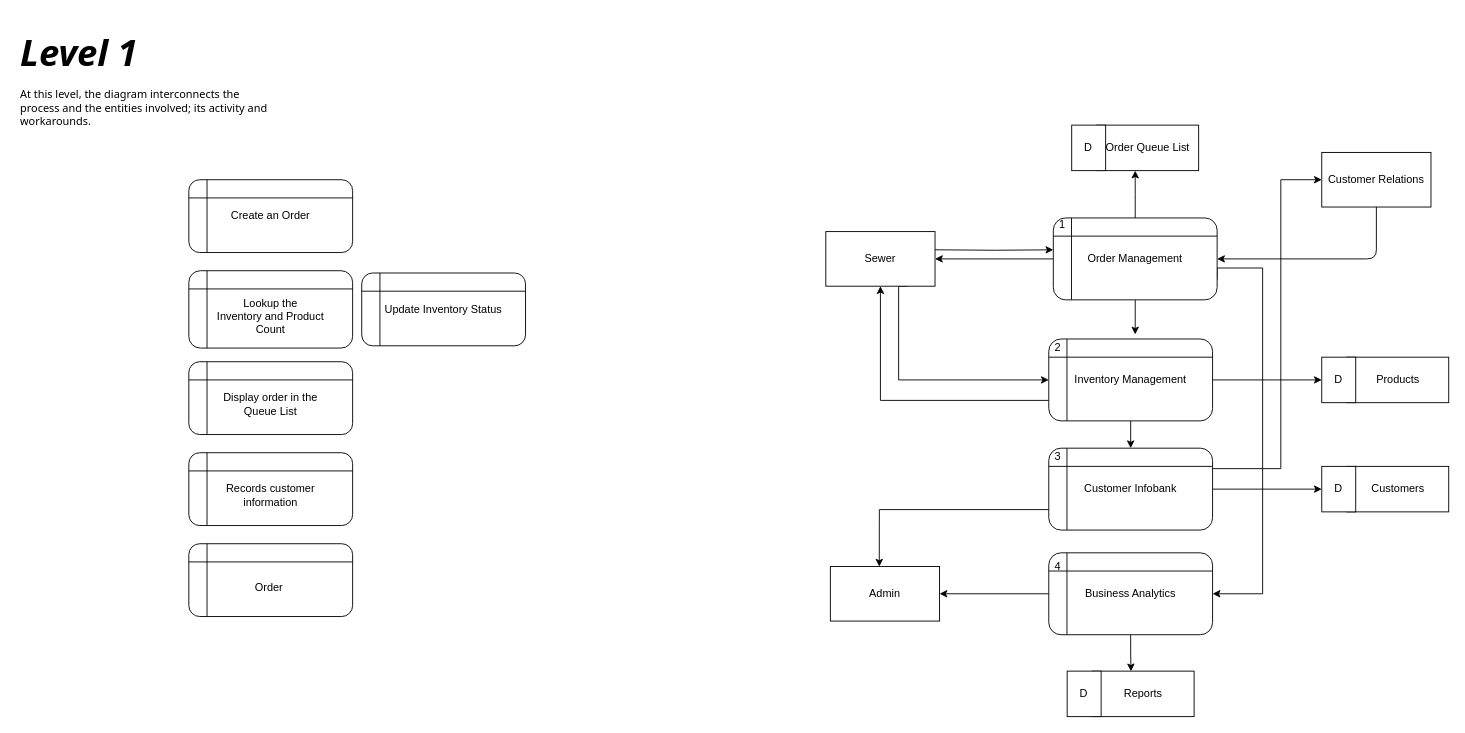
BryanFabellore/Team_SPOTLIGHT keeps this draw.io diagram as page "(Rev:2) Level 1 DFD" (3 of 8) of DFD DIAGRAMS.drawio. Above is the earlier version. Source tidied: cells renumbered, new cells numbered last; positions are measured from the earlier drawing's top-left corner, leaving out a move shared by most shapes. Both pictures are drawn from the tidied source at 91%, with x=0, y=0 at pixel (15, 25).
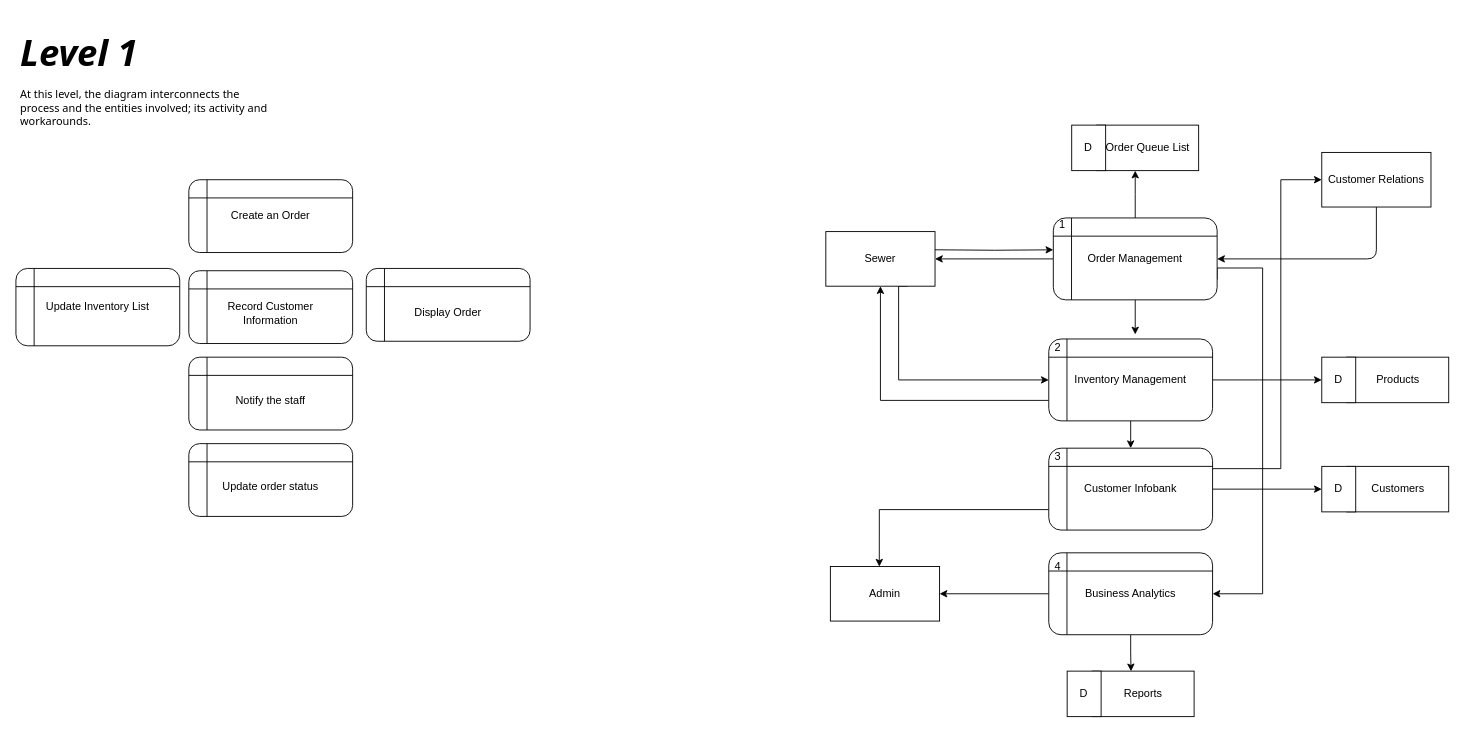
The same diagram, later.

The edit, as a diff of the source:
```diff
@@
-    <mxCell id="42" value="&lt;br&gt;Lookup the &lt;br&gt;Inventory and Product &lt;br&gt;Count" style="shape=internalStorage;whiteSpace=wrap;html=1;backgroundOutline=1;rounded=1;strokeColor=default;fontFamily=Helvetica;fontSize=12;fontColor=default;fillColor=#FFFFFF;" parent="1" vertex="1">
-      <mxGeometry x="190" y="270" width="180" height="85" as="geometry" />
+    <mxCell id="42" value="Update Inventory List" style="shape=internalStorage;whiteSpace=wrap;html=1;backgroundOutline=1;rounded=1;strokeColor=default;fontFamily=Helvetica;fontSize=12;fontColor=default;fillColor=#FFFFFF;" parent="1" vertex="1">
+      <mxGeometry y="267.5" width="180" height="85" as="geometry" />
     </mxCell>
-    <mxCell id="43" value="Update Inventory Status" style="shape=internalStorage;whiteSpace=wrap;html=1;backgroundOutline=1;rounded=1;strokeColor=default;fontFamily=Helvetica;fontSize=12;fontColor=default;fillColor=#FFFFFF;" parent="1" vertex="1">
-      <mxGeometry x="380" y="272.5" width="180" height="80" as="geometry" />
+    <mxCell id="43" value="&lt;br&gt;Record Customer&lt;br&gt;Information" style="shape=internalStorage;whiteSpace=wrap;html=1;backgroundOutline=1;rounded=1;strokeColor=default;fontFamily=Helvetica;fontSize=12;fontColor=default;fillColor=#FFFFFF;" parent="1" vertex="1">
+      <mxGeometry x="190" y="270" width="180" height="80" as="geometry" />
     </mxCell>
-    <mxCell id="44" value="&lt;br&gt;Display order in the&lt;br&gt;Queue List" style="shape=internalStorage;whiteSpace=wrap;html=1;backgroundOutline=1;rounded=1;strokeColor=default;fontFamily=Helvetica;fontSize=12;fontColor=default;fillColor=#FFFFFF;" parent="1" vertex="1">
-      <mxGeometry x="190" y="370" width="180" height="80" as="geometry" />
+    <mxCell id="44" value="&lt;br&gt;Display Order" style="shape=internalStorage;whiteSpace=wrap;html=1;backgroundOutline=1;rounded=1;strokeColor=default;fontFamily=Helvetica;fontSize=12;fontColor=default;fillColor=#FFFFFF;" parent="1" vertex="1">
+      <mxGeometry x="385" y="267.5" width="180" height="80" as="geometry" />
     </mxCell>
-    <mxCell id="45" value="&lt;br&gt;Records customer&lt;br&gt;information" style="shape=internalStorage;whiteSpace=wrap;html=1;backgroundOutline=1;rounded=1;strokeColor=default;fontFamily=Helvetica;fontSize=12;fontColor=default;fillColor=#FFFFFF;" parent="1" vertex="1">
-      <mxGeometry x="190" y="470" width="180" height="80" as="geometry" />
+    <mxCell id="45" value="&lt;br&gt;Update order status" style="shape=internalStorage;whiteSpace=wrap;html=1;backgroundOutline=1;rounded=1;strokeColor=default;fontFamily=Helvetica;fontSize=12;fontColor=default;fillColor=#FFFFFF;" parent="1" vertex="1">
+      <mxGeometry x="190" y="460" width="180" height="80" as="geometry" />
     </mxCell>
-    <mxCell id="46" value="&lt;br&gt;Order&amp;nbsp;" style="shape=internalStorage;whiteSpace=wrap;html=1;backgroundOutline=1;rounded=1;strokeColor=default;fontFamily=Helvetica;fontSize=12;fontColor=default;fillColor=#FFFFFF;" parent="1" vertex="1">
-      <mxGeometry x="190" y="570" width="180" height="80" as="geometry" />
+    <mxCell id="46" value="&lt;br&gt;Notify the staff" style="shape=internalStorage;whiteSpace=wrap;html=1;backgroundOutline=1;rounded=1;strokeColor=default;fontFamily=Helvetica;fontSize=12;fontColor=default;fillColor=#FFFFFF;" parent="1" vertex="1">
+      <mxGeometry x="190" y="365" width="180" height="80" as="geometry" />
     </mxCell>
```
